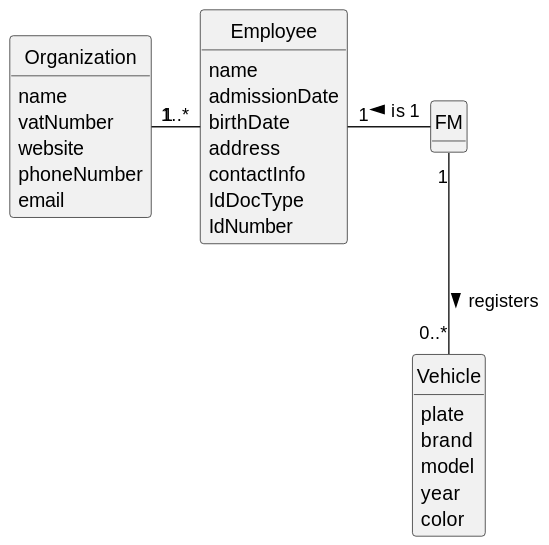
Earlier version of the PlantUML export docs/sprintA/us006/02.analysis/svg/us006-domain-model.svg (Rui-San/LAPR2_2023_2024).
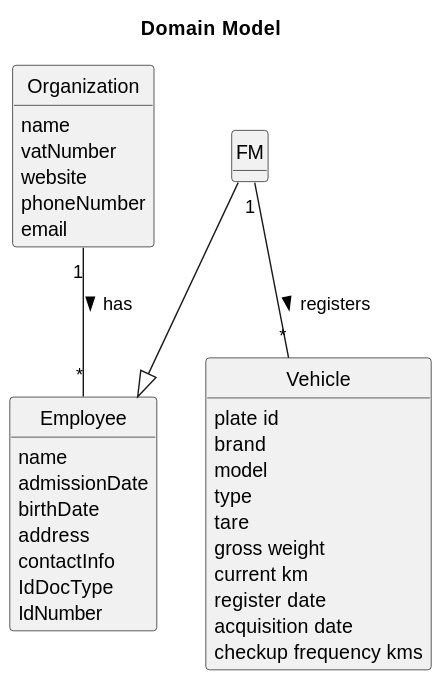
After the commit.

Commit message:
- US006: Updated Domain Model .puml and .svg

The edit, as a diff of the source:
```diff
@@ -6,6 +6,7 @@
 hide circle
 hide methods
 
+title Domain Model
 
 class Organization {
     name
@@ -30,14 +31,19 @@
 }
 
 class Vehicle{
-    plate
+    plate id
     brand
     model
-    year
-    color
+    type
+    tare
+    gross weight
+    current km
+    register date
+    acquisition date
+    checkup frequency kms
 }
 
-Organization "1" --right "1..*" Employee
-FM "1" --left "1" Employee : "is >"
-FM "1" --down "0..*" Vehicle : "registers >"
+Organization "1" -- "*" Employee : "has >"
+FM --|> Employee
+FM "1" -- "*" Vehicle : "registers >"
 @enduml
```
